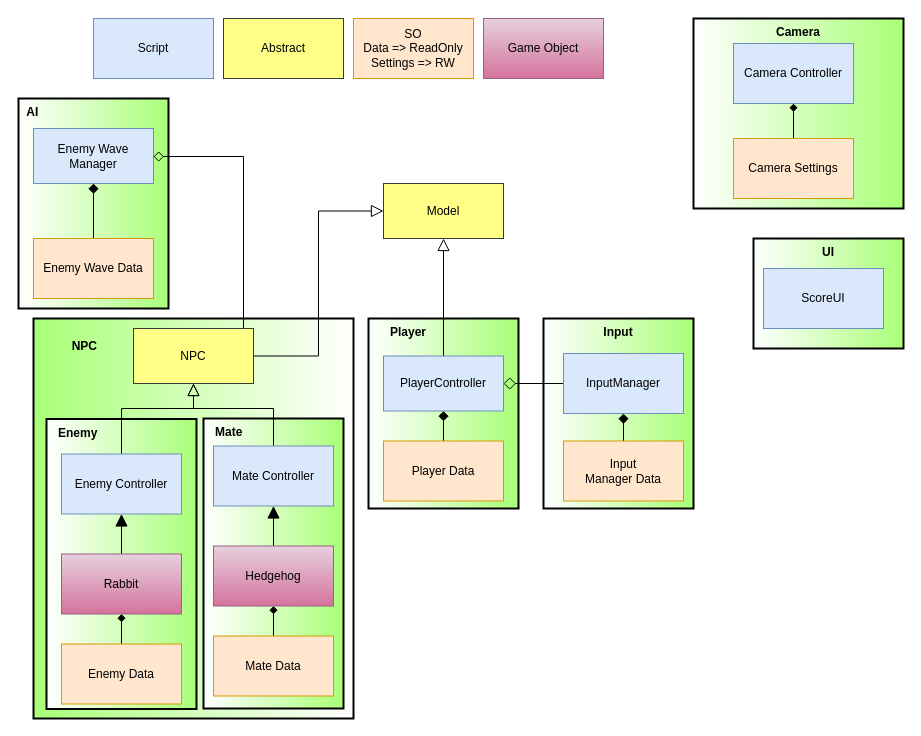
Earlier version of the draw.io diagram FirstOfUs.drawio (KodluyoruzDev147/H3-OmerAsikoglu-FirstOfUs). Source tidied: cells renumbered, new cells numbered last; positions are measured from the earlier drawing's top-left corner, leaving out a move shared by most shapes. Both pictures are drawn from the tidied source at 100%, with x=0, y=0 at pixel (18, 18).
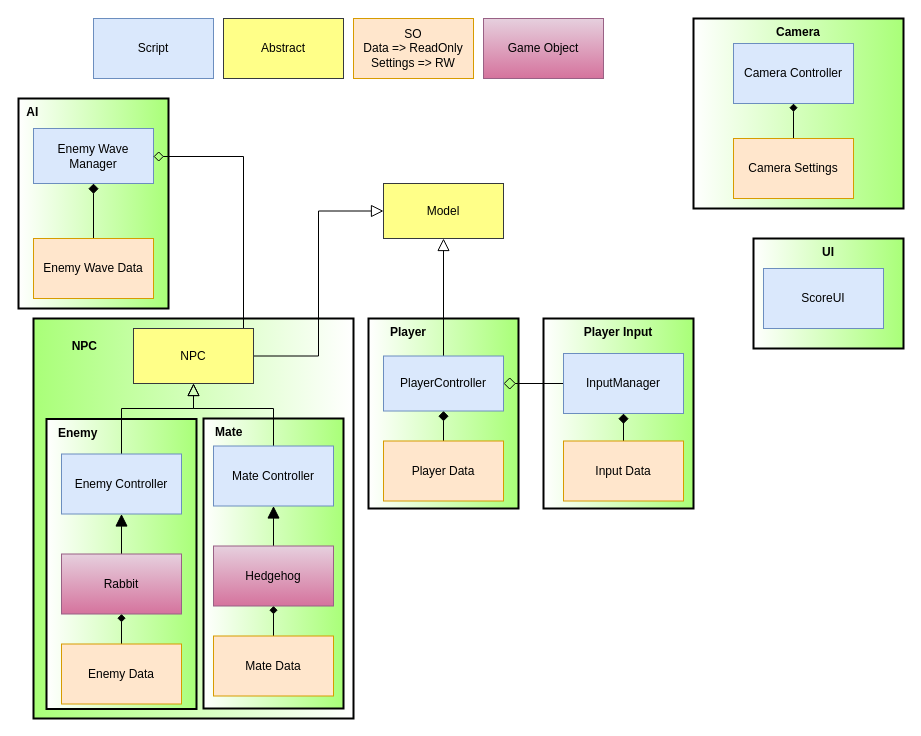
The same page after the edit.

Commit message (it also covers changes not shown here):
added: Player Input

The edit, as a diff of the source:
```diff
@@
-    <mxCell id="7" value="&lt;b&gt;Input&lt;/b&gt;" style="rounded=0;whiteSpace=wrap;html=1;fillColor=#A9FF78;arcSize=50;labelPadding=0;shadow=0;sketch=0;glass=0;strokeWidth=2;verticalAlign=top;gradientColor=#ffffff;gradientDirection=west;" parent="1" vertex="1">
+    <mxCell id="7" value="&lt;b&gt;Player Input&lt;/b&gt;" style="rounded=0;whiteSpace=wrap;html=1;fillColor=#A9FF78;arcSize=50;labelPadding=0;shadow=0;sketch=0;glass=0;strokeWidth=2;verticalAlign=top;gradientColor=#ffffff;gradientDirection=west;" parent="1" vertex="1">
       <mxGeometry x="525" y="300" width="150" height="190" as="geometry" />
     </mxCell>
@@
-    <mxCell id="15" value="Input &lt;br&gt;Manager Data" style="rounded=0;whiteSpace=wrap;html=1;fillColor=#ffe6cc;strokeColor=#d79b00;" parent="1" vertex="1">
+    <mxCell id="15" value="Input Data" style="rounded=0;whiteSpace=wrap;html=1;fillColor=#ffe6cc;strokeColor=#d79b00;" parent="1" vertex="1">
       <mxGeometry x="545" y="422.5" width="120" height="60" as="geometry" />
     </mxCell>
```
